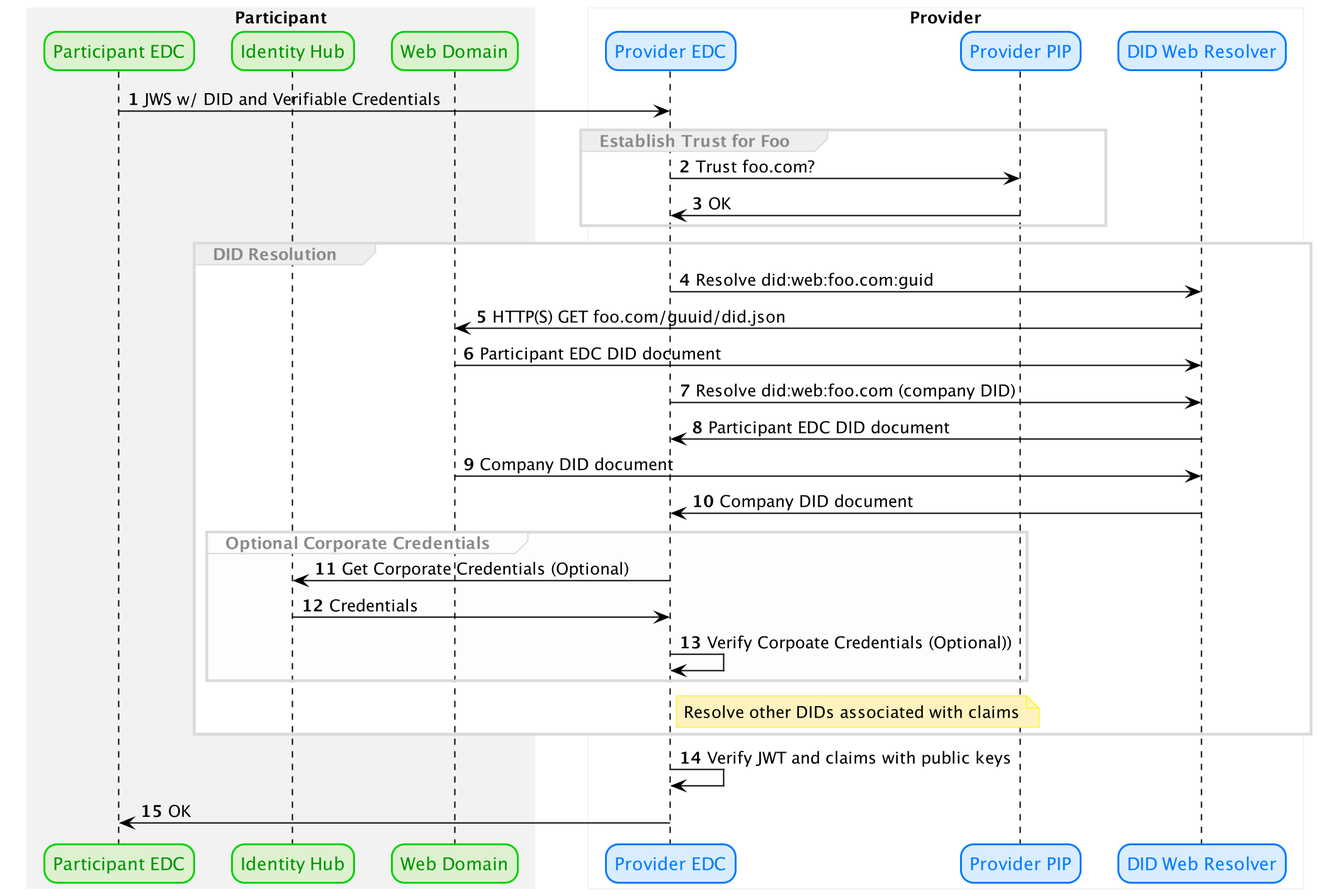
The PlantUML diagram did.web.resolution.png in Metaform/didweb, before a commit. Source of this version:
```plantuml
@startuml

<style>
    sequenceDiagram {
     .participant {
      FontColor 009400
      roundcorner 20
      BackgroundColor #DDF1D0
      LineColor #00D200
     }
     .provider {
      FontColor #027AFF
      BackgroundColor #d9edff
      LineColor #027AFF
     }
     .gaiax {
      FontColor #000000
      BackgroundColor #F2F2F2
      LineColor #000000
     }
     .note {
      FontColor #000000
      BackgroundColor #FFF3B8
      LineColor #FFF347
     }


    }
}
</style>

skinparam sequence {
ArrowColor Black
LifeLineBorderColor 000000
LifeLineBackgroundColor #A9DCDF

skinparam AgentBackgroundColor White
skinparam AgentBorderColor SkyBlue
}

skinparam SequenceGroupBorderColor #DADADA
skinparam SequenceGroupHeaderFontColor #898A89
skinparam BoxPadding 20
skinparam ParticipantPadding 10

skinparam AgentBackgroundColor White
skinparam AgentBorderColor SkyBlue
skinparam noteBorderColor FEF3BF
skinparam SequenceBoxBorderColor F2F2F2
skinparam shadowing false

autonumber

box "Participant" #F2F2F2
participant ParticipantEDC as "Participant EDC" <<participant>>
participant ParticipantHub as "Identity Hub" <<participant>>
participant ParticipantDomain as "Web Domain" <<participant>>
end box

box "Provider" #FFFFFF
participant ProviderEDC as "Provider EDC" <<provider>>
participant ProviderPIP as "Provider PIP" <<provider>>
participant DIDResolver as "DID Web Resolver" <<provider>>
end box



ParticipantEDC -> ProviderEDC : JWS w/ DID and Verifiable Credentials

group Establish Trust for Foo
ProviderEDC -> ProviderPIP: Trust foo.com?
ProviderPIP -> ProviderEDC: OK
end

group DID Resolution
ProviderEDC -> DIDResolver: Resolve did:web:foo.com:guid
DIDResolver ->  ParticipantDomain: HTTP(S) GET foo.com/guuid/did.json
ParticipantDomain -> DIDResolver: Participant EDC DID document
ProviderEDC -> DIDResolver: Resolve did:web:foo.com (company DID)
DIDResolver -> ProviderEDC: Participant EDC DID document
ParticipantDomain -> DIDResolver: Company DID document
DIDResolver -> ProviderEDC: Company DID document

group#FDFDFD #FDFDFD Optional Corporate Credentials
ProviderEDC ->  ParticipantHub: Get Corporate Credentials (Optional)
ParticipantHub ->  ProviderEDC: Credentials
ProviderEDC->ProviderEDC: Verify Corpoate Credentials (Optional))
end

note right of ProviderEDC #FEF3BF
 Resolve other DIDs associated with claims
end note
end

ProviderEDC -> ProviderEDC: Verify JWT and claims with public keys

ProviderEDC->  ParticipantEDC: OK
@enduml
```
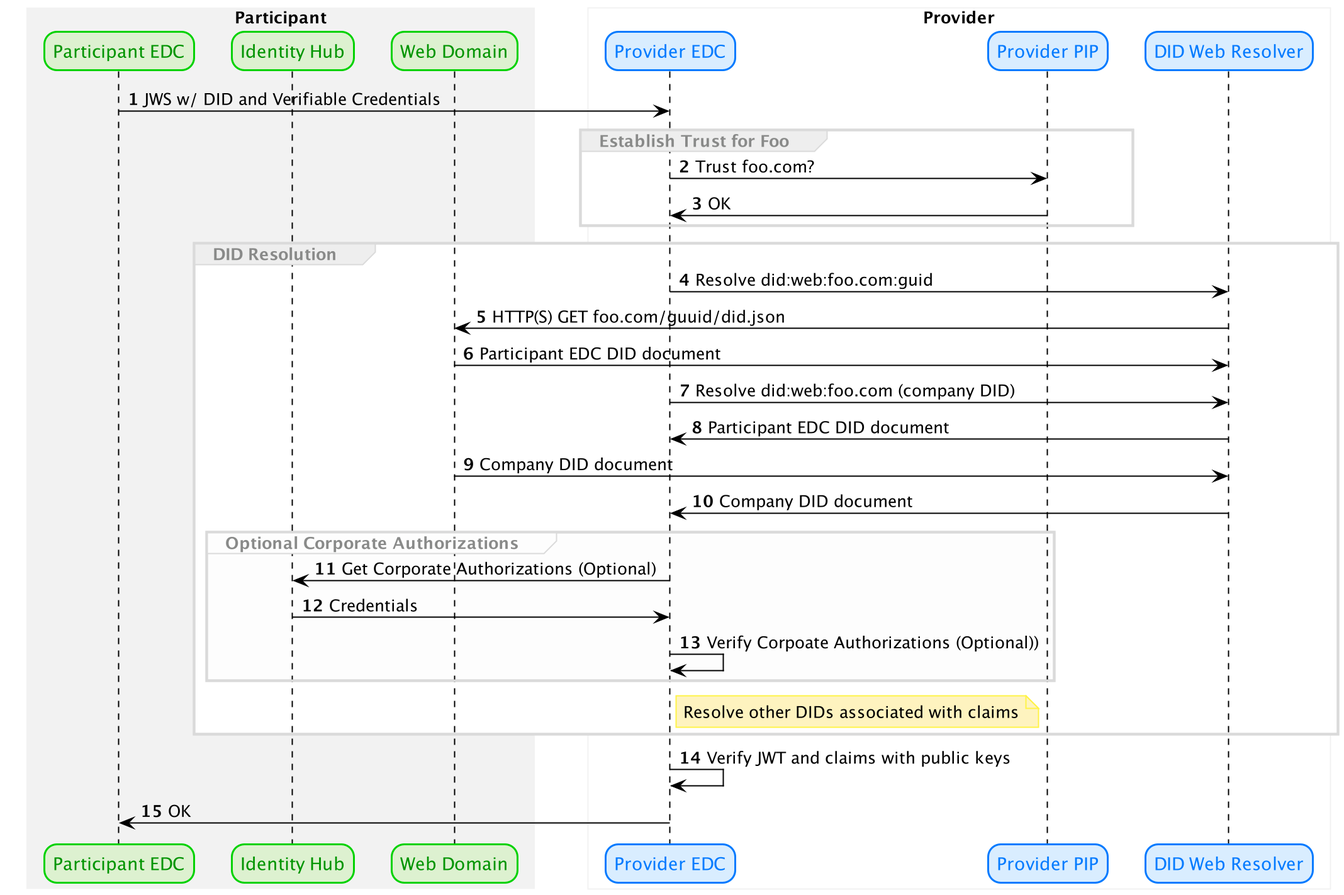
After the change.

Change to the diagram source:
```diff
@@ -81,10 +81,10 @@
 ParticipantDomain -> DIDResolver: Company DID document
 DIDResolver -> ProviderEDC: Company DID document
 
-group#FDFDFD #FDFDFD Optional Corporate Credentials
-ProviderEDC ->  ParticipantHub: Get Corporate Credentials (Optional)
+group#FDFDFD #FDFDFD Optional Corporate Authorizations
+ProviderEDC ->  ParticipantHub: Get Corporate Authorizations (Optional)
 ParticipantHub ->  ProviderEDC: Credentials
-ProviderEDC->ProviderEDC: Verify Corpoate Credentials (Optional))
+ProviderEDC->ProviderEDC: Verify Corpoate Authorizations (Optional))
 end
 
 note right of ProviderEDC #FEF3BF
```
